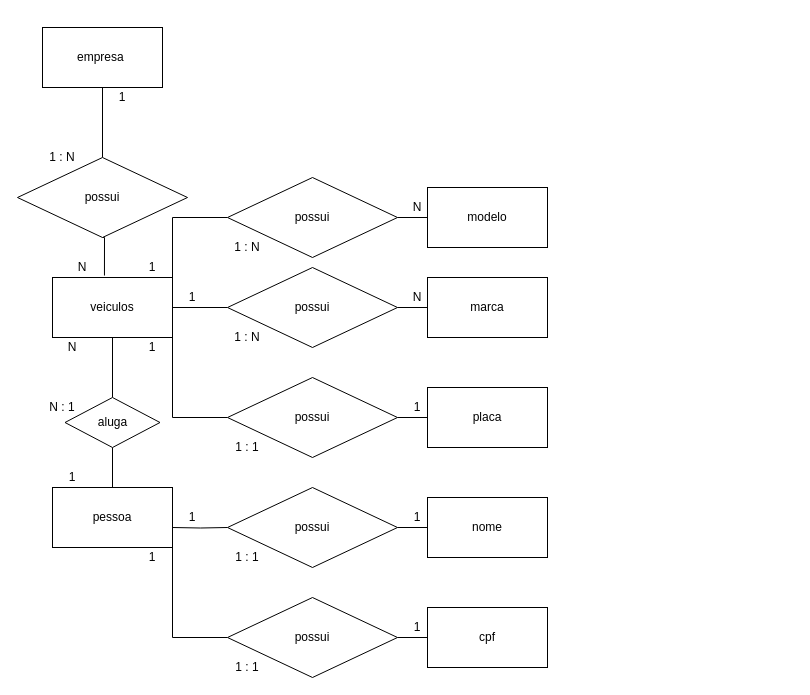
This is 1.2-exercicio-locadora/1.2-exercicio-locadora.drawio from Ricardo-rtc/senai_sprint1_bd, a draw.io file, before an edit. Source tidied: cells renumbered, new cells numbered last; positions are measured from the earlier drawing's top-left corner, leaving out a move shared by most shapes. Both pictures are drawn from the tidied source at 100%, with x=0, y=0 at pixel (17, 27).
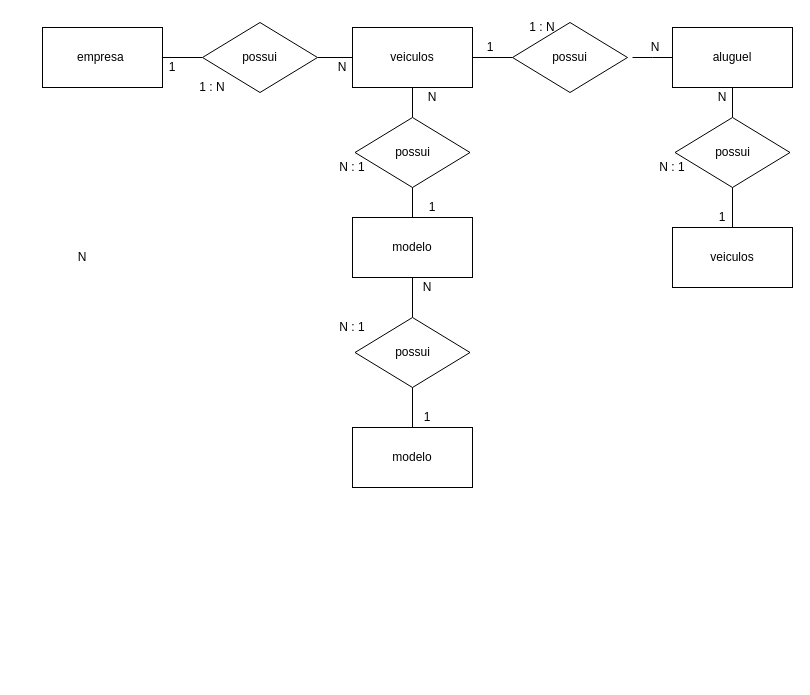
The same page after the edit.

The change refers to these unchanged cells:
```xml
<mxCell id="3" value="empresa&amp;nbsp;" style="rounded=0;whiteSpace=wrap;html=1;" parent="1" vertex="1">
  <mxGeometry x="25" width="120" height="60" as="geometry" />
</mxCell>
```

The edit, as a diff of the source:
```diff
@@
-    <mxCell id="2" style="edgeStyle=orthogonalEdgeStyle;rounded=0;jettySize=auto;html=1;exitX=0.5;exitY=1;exitDx=0;exitDy=0;entryX=0.5;entryY=0;entryDx=0;entryDy=0;endArrow=none;endFill=0;" parent="1" edge="1" source="3" target="5">
+    <mxCell id="2" style="edgeStyle=orthogonalEdgeStyle;rounded=0;jettySize=auto;html=1;exitX=1;exitY=0.5;exitDx=0;exitDy=0;entryX=0;entryY=0.5;entryDx=0;entryDy=0;endArrow=none;endFill=0;" parent="1" edge="1" source="3" target="5">
       <mxGeometry relative="1" as="geometry" />
     </mxCell>
@@
-    <mxCell id="4" style="edgeStyle=orthogonalEdgeStyle;rounded=0;jettySize=auto;html=1;exitX=0.5;exitY=1;exitDx=0;exitDy=0;entryX=0.433;entryY=-0.033;entryDx=0;entryDy=0;endArrow=none;endFill=0;entryPerimeter=0;" parent="1" edge="1" source="5" target="9">
+    <mxCell id="4" style="edgeStyle=orthogonalEdgeStyle;rounded=0;jettySize=auto;html=1;entryX=0;entryY=0.5;entryDx=0;entryDy=0;endArrow=none;endFill=0;exitX=1;exitY=0.5;exitDx=0;exitDy=0;" parent="1" edge="1" source="5" target="9">
       <mxGeometry relative="1" as="geometry" />
     </mxCell>
     <mxCell id="5" value="possui" style="rhombus;whiteSpace=wrap;html=1;" parent="1" vertex="1">
-      <mxGeometry y="130" width="170" height="80" as="geometry" />
+      <mxGeometry x="185" y="-5" width="115" height="70" as="geometry" />
     </mxCell>
-    <mxCell id="6" style="edgeStyle=orthogonalEdgeStyle;rounded=0;jettySize=auto;html=1;entryX=0;entryY=0.5;entryDx=0;entryDy=0;endArrow=none;endFill=0;" parent="1" edge="1" source="9" target="12">
-      <mxGeometry relative="1" as="geometry" />
-    </mxCell>
-    <mxCell id="7" style="edgeStyle=orthogonalEdgeStyle;rounded=0;jettySize=auto;html=1;exitX=1;exitY=0;exitDx=0;exitDy=0;entryX=0;entryY=0.5;entryDx=0;entryDy=0;endArrow=none;endFill=0;" parent="1" edge="1" source="9" target="19">
-      <mxGeometry relative="1" as="geometry" />
-    </mxCell>
-    <mxCell id="8" style="edgeStyle=orthogonalEdgeStyle;rounded=0;jettySize=auto;html=1;entryX=0.5;entryY=0;entryDx=0;entryDy=0;endArrow=none;endFill=0;" parent="1" edge="1" source="9" target="47">
-      <mxGeometry relative="1" as="geometry" />
-    </mxCell>
     <mxCell id="9" value="veiculos" style="rounded=0;whiteSpace=wrap;html=1;" parent="1" vertex="1">
-      <mxGeometry x="35" y="250" width="120" height="60" as="geometry" />
+      <mxGeometry x="335" width="120" height="60" as="geometry" />
     </mxCell>
     <mxCell id="10" value="1" style="text;html=1;strokeColor=none;fillColor=none;align=center;verticalAlign=middle;whiteSpace=wrap;rounded=0;" parent="1" vertex="1">
-      <mxGeometry x="85" y="60" width="40" height="20" as="geometry" />
+      <mxGeometry x="135" y="30" width="40" height="20" as="geometry" />
     </mxCell>
     <mxCell id="11" value="N" style="text;html=1;strokeColor=none;fillColor=none;align=center;verticalAlign=middle;whiteSpace=wrap;rounded=0;" parent="1" vertex="1">
-      <mxGeometry x="45" y="230" width="40" height="20" as="geometry" />
+      <mxGeometry x="45" y="220" width="40" height="20" as="geometry" />
     </mxCell>
-    <mxCell id="12" value="possui" style="rhombus;whiteSpace=wrap;html=1;" parent="1" vertex="1">
-      <mxGeometry x="210" y="240" width="170" height="80" as="geometry" />
-    </mxCell>
-    <mxCell id="13" value="1" style="text;html=1;strokeColor=none;fillColor=none;align=center;verticalAlign=middle;whiteSpace=wrap;rounded=0;" parent="1" vertex="1">
-      <mxGeometry x="155" y="260" width="40" height="20" as="geometry" />
-    </mxCell>
-    <mxCell id="14" style="edgeStyle=orthogonalEdgeStyle;rounded=0;jettySize=auto;html=1;entryX=1;entryY=0.5;entryDx=0;entryDy=0;endArrow=none;endFill=0;" parent="1" edge="1" source="15" target="12">
-      <mxGeometry relative="1" as="geometry" />
-    </mxCell>
-    <mxCell id="15" value="marca" style="rounded=0;whiteSpace=wrap;html=1;" parent="1" vertex="1">
-      <mxGeometry x="410" y="250" width="120" height="60" as="geometry" />
-    </mxCell>
-    <mxCell id="16" value="N" style="text;html=1;strokeColor=none;fillColor=none;align=center;verticalAlign=middle;whiteSpace=wrap;rounded=0;" parent="1" vertex="1">
-      <mxGeometry x="380" y="260" width="40" height="20" as="geometry" />
-    </mxCell>
     <mxCell id="17" value="1 : N" style="text;html=1;strokeColor=none;fillColor=none;align=center;verticalAlign=middle;whiteSpace=wrap;rounded=0;" parent="1" vertex="1">
-      <mxGeometry x="25" y="120" width="40" height="20" as="geometry" />
+      <mxGeometry x="175" y="50" width="40" height="20" as="geometry" />
     </mxCell>
-    <mxCell id="18" value="1 : N" style="text;html=1;strokeColor=none;fillColor=none;align=center;verticalAlign=middle;whiteSpace=wrap;rounded=0;" parent="1" vertex="1">
-      <mxGeometry x="210" y="300" width="40" height="20" as="geometry" />
-    </mxCell>
-    <mxCell id="19" value="possui" style="rhombus;whiteSpace=wrap;html=1;" parent="1" vertex="1">
-      <mxGeometry x="210" y="150" width="170" height="80" as="geometry" />
-    </mxCell>
-    <mxCell id="20" value="1" style="text;html=1;strokeColor=none;fillColor=none;align=center;verticalAlign=middle;whiteSpace=wrap;rounded=0;" parent="1" vertex="1">
-      <mxGeometry x="115" y="230" width="40" height="20" as="geometry" />
-    </mxCell>
-    <mxCell id="21" style="edgeStyle=orthogonalEdgeStyle;rounded=0;jettySize=auto;html=1;entryX=1;entryY=0.5;entryDx=0;entryDy=0;endArrow=none;endFill=0;" parent="1" edge="1" source="22" target="19">
-      <mxGeometry relative="1" as="geometry" />
-    </mxCell>
-    <mxCell id="22" value="modelo" style="rounded=0;whiteSpace=wrap;html=1;" parent="1" vertex="1">
-      <mxGeometry x="410" y="160" width="120" height="60" as="geometry" />
-    </mxCell>
     <mxCell id="23" value="N" style="text;html=1;strokeColor=none;fillColor=none;align=center;verticalAlign=middle;whiteSpace=wrap;rounded=0;" parent="1" vertex="1">
-      <mxGeometry x="380" y="170" width="40" height="20" as="geometry" />
+      <mxGeometry x="305" y="30" width="40" height="20" as="geometry" />
     </mxCell>
-    <mxCell id="24" value="1 : N" style="text;html=1;strokeColor=none;fillColor=none;align=center;verticalAlign=middle;whiteSpace=wrap;rounded=0;" parent="1" vertex="1">
-      <mxGeometry x="210" y="210" width="40" height="20" as="geometry" />
-    </mxCell>
-    <mxCell id="25" style="edgeStyle=orthogonalEdgeStyle;rounded=0;jettySize=auto;html=1;entryX=1;entryY=1;entryDx=0;entryDy=0;endArrow=none;endFill=0;" parent="1" edge="1" source="26" target="9">
-      <mxGeometry relative="1" as="geometry" />
-    </mxCell>
-    <mxCell id="26" value="possui" style="rhombus;whiteSpace=wrap;html=1;" parent="1" vertex="1">
-      <mxGeometry x="210" y="350" width="170" height="80" as="geometry" />
-    </mxCell>
-    <mxCell id="27" style="edgeStyle=orthogonalEdgeStyle;rounded=0;jettySize=auto;html=1;entryX=1;entryY=0.5;entryDx=0;entryDy=0;endArrow=none;endFill=0;" parent="1" edge="1" source="28" target="26">
-      <mxGeometry relative="1" as="geometry" />
-    </mxCell>
-    <mxCell id="28" value="placa" style="rounded=0;whiteSpace=wrap;html=1;" parent="1" vertex="1">
-      <mxGeometry x="410" y="360" width="120" height="60" as="geometry" />
-    </mxCell>
-    <mxCell id="29" value="1" style="text;html=1;strokeColor=none;fillColor=none;align=center;verticalAlign=middle;whiteSpace=wrap;rounded=0;" parent="1" vertex="1">
-      <mxGeometry x="380" y="370" width="40" height="20" as="geometry" />
-    </mxCell>
-    <mxCell id="30" value="1 : 1" style="text;html=1;strokeColor=none;fillColor=none;align=center;verticalAlign=middle;whiteSpace=wrap;rounded=0;" parent="1" vertex="1">
-      <mxGeometry x="210" y="410" width="40" height="20" as="geometry" />
-    </mxCell>
-    <mxCell id="31" value="1" style="text;html=1;strokeColor=none;fillColor=none;align=center;verticalAlign=middle;whiteSpace=wrap;rounded=0;" parent="1" vertex="1">
-      <mxGeometry x="115" y="310" width="40" height="20" as="geometry" />
-    </mxCell>
-    <mxCell id="32" value="pessoa" style="rounded=0;whiteSpace=wrap;html=1;" parent="1" vertex="1">
-      <mxGeometry x="35" y="460" width="120" height="60" as="geometry" />
-    </mxCell>
-    <mxCell id="33" style="edgeStyle=orthogonalEdgeStyle;rounded=0;jettySize=auto;html=1;entryX=0;entryY=0.5;entryDx=0;entryDy=0;endArrow=none;endFill=0;" parent="1" edge="1" target="34">
-      <mxGeometry relative="1" as="geometry">
-        <mxPoint x="155" y="500" as="sourcePoint" />
-      </mxGeometry>
-    </mxCell>
-    <mxCell id="34" value="possui" style="rhombus;whiteSpace=wrap;html=1;" parent="1" vertex="1">
-      <mxGeometry x="210" y="460" width="170" height="80" as="geometry" />
-    </mxCell>
-    <mxCell id="35" value="1" style="text;html=1;strokeColor=none;fillColor=none;align=center;verticalAlign=middle;whiteSpace=wrap;rounded=0;" parent="1" vertex="1">
-      <mxGeometry x="35" y="440" width="40" height="20" as="geometry" />
-    </mxCell>
-    <mxCell id="36" style="edgeStyle=orthogonalEdgeStyle;rounded=0;jettySize=auto;html=1;entryX=1;entryY=0.5;entryDx=0;entryDy=0;endArrow=none;endFill=0;" parent="1" edge="1" source="37" target="34">
-      <mxGeometry relative="1" as="geometry" />
-    </mxCell>
-    <mxCell id="37" value="nome" style="rounded=0;whiteSpace=wrap;html=1;" parent="1" vertex="1">
-      <mxGeometry x="410" y="470" width="120" height="60" as="geometry" />
-    </mxCell>
-    <mxCell id="38" value="1" style="text;html=1;strokeColor=none;fillColor=none;align=center;verticalAlign=middle;whiteSpace=wrap;rounded=0;" parent="1" vertex="1">
-      <mxGeometry x="155" y="480" width="40" height="20" as="geometry" />
-    </mxCell>
-    <mxCell id="39" value="1 : 1" style="text;html=1;strokeColor=none;fillColor=none;align=center;verticalAlign=middle;whiteSpace=wrap;rounded=0;" parent="1" vertex="1">
-      <mxGeometry x="210" y="520" width="40" height="20" as="geometry" />
-    </mxCell>
-    <mxCell id="40" style="edgeStyle=orthogonalEdgeStyle;rounded=0;jettySize=auto;html=1;entryX=1;entryY=1;entryDx=0;entryDy=0;endArrow=none;endFill=0;" parent="1" edge="1" source="41" target="32">
-      <mxGeometry relative="1" as="geometry" />
-    </mxCell>
-    <mxCell id="41" value="possui" style="rhombus;whiteSpace=wrap;html=1;" parent="1" vertex="1">
-      <mxGeometry x="210" y="570" width="170" height="80" as="geometry" />
-    </mxCell>
-    <mxCell id="42" style="edgeStyle=orthogonalEdgeStyle;rounded=0;jettySize=auto;html=1;entryX=1;entryY=0.5;entryDx=0;entryDy=0;endArrow=none;endFill=0;" parent="1" edge="1" source="43" target="41">
-      <mxGeometry relative="1" as="geometry" />
-    </mxCell>
-    <mxCell id="43" value="cpf" style="rounded=0;whiteSpace=wrap;html=1;" parent="1" vertex="1">
-      <mxGeometry x="410" y="580" width="120" height="60" as="geometry" />
-    </mxCell>
-    <mxCell id="44" value="1" style="text;html=1;strokeColor=none;fillColor=none;align=center;verticalAlign=middle;whiteSpace=wrap;rounded=0;" parent="1" vertex="1">
-      <mxGeometry x="380" y="590" width="40" height="20" as="geometry" />
-    </mxCell>
-    <mxCell id="45" value="1 : 1" style="text;html=1;strokeColor=none;fillColor=none;align=center;verticalAlign=middle;whiteSpace=wrap;rounded=0;" parent="1" vertex="1">
-      <mxGeometry x="210" y="630" width="40" height="20" as="geometry" />
-    </mxCell>
-    <mxCell id="46" style="edgeStyle=orthogonalEdgeStyle;rounded=0;jettySize=auto;html=1;endArrow=none;endFill=0;" parent="1" edge="1" source="47" target="32">
-      <mxGeometry relative="1" as="geometry" />
-    </mxCell>
-    <mxCell id="47" value="aluga" style="rhombus;whiteSpace=wrap;html=1;" parent="1" vertex="1">
-      <mxGeometry x="47.5" y="370" width="95" height="50" as="geometry" />
-    </mxCell>
-    <mxCell id="48" value="N : 1" style="text;html=1;strokeColor=none;fillColor=none;align=center;verticalAlign=middle;whiteSpace=wrap;rounded=0;" parent="1" vertex="1">
-      <mxGeometry x="25" y="370" width="40" height="20" as="geometry" />
-    </mxCell>
-    <mxCell id="49" value="N" style="text;html=1;strokeColor=none;fillColor=none;align=center;verticalAlign=middle;whiteSpace=wrap;rounded=0;" parent="1" vertex="1">
-      <mxGeometry x="35" y="310" width="40" height="20" as="geometry" />
-    </mxCell>
-    <mxCell id="50" value="1" style="text;html=1;strokeColor=none;fillColor=none;align=center;verticalAlign=middle;whiteSpace=wrap;rounded=0;" parent="1" vertex="1">
-      <mxGeometry x="380" y="480" width="40" height="20" as="geometry" />
-    </mxCell>
-    <mxCell id="51" value="1" style="text;html=1;strokeColor=none;fillColor=none;align=center;verticalAlign=middle;whiteSpace=wrap;rounded=0;" parent="1" vertex="1">
-      <mxGeometry x="115" y="520" width="40" height="20" as="geometry" />
-    </mxCell>
+    <mxCell id="52" style="edgeStyle=orthogonalEdgeStyle;rounded=0;jettySize=auto;html=1;entryX=0.5;entryY=1;entryDx=0;entryDy=0;endArrow=none;endFill=0;" parent="1" edge="1" source="53" target="9">
+      <mxGeometry relative="1" as="geometry" />
+    </mxCell>
+    <mxCell id="53" value="possui" style="rhombus;whiteSpace=wrap;html=1;" parent="1" vertex="1">
+      <mxGeometry x="337.5" y="90" width="115" height="70" as="geometry" />
+    </mxCell>
+    <mxCell id="54" style="edgeStyle=orthogonalEdgeStyle;rounded=0;jettySize=auto;html=1;endArrow=none;endFill=0;" parent="1" edge="1" source="55" target="53">
+      <mxGeometry relative="1" as="geometry" />
+    </mxCell>
+    <mxCell id="55" value="modelo" style="rounded=0;whiteSpace=wrap;html=1;" parent="1" vertex="1">
+      <mxGeometry x="335" y="190" width="120" height="60" as="geometry" />
+    </mxCell>
+    <mxCell id="56" style="edgeStyle=orthogonalEdgeStyle;rounded=0;jettySize=auto;html=1;entryX=0.5;entryY=1;entryDx=0;entryDy=0;endArrow=none;endFill=0;" parent="1" edge="1" source="57" target="55">
+      <mxGeometry relative="1" as="geometry" />
+    </mxCell>
+    <mxCell id="57" value="possui" style="rhombus;whiteSpace=wrap;html=1;" parent="1" vertex="1">
+      <mxGeometry x="337.5" y="290" width="115" height="70" as="geometry" />
+    </mxCell>
+    <mxCell id="58" style="edgeStyle=orthogonalEdgeStyle;rounded=0;jettySize=auto;html=1;entryX=0.5;entryY=1;entryDx=0;entryDy=0;endArrow=none;endFill=0;" parent="1" edge="1" source="59" target="57">
+      <mxGeometry relative="1" as="geometry" />
+    </mxCell>
+    <mxCell id="59" value="modelo" style="rounded=0;whiteSpace=wrap;html=1;" parent="1" vertex="1">
+      <mxGeometry x="335" y="400" width="120" height="60" as="geometry" />
+    </mxCell>
+    <mxCell id="60" style="edgeStyle=orthogonalEdgeStyle;rounded=0;jettySize=auto;html=1;entryX=1;entryY=0.5;entryDx=0;entryDy=0;endArrow=none;endFill=0;" parent="1" edge="1" source="61" target="9">
+      <mxGeometry relative="1" as="geometry" />
+    </mxCell>
+    <mxCell id="61" value="possui" style="rhombus;whiteSpace=wrap;html=1;" parent="1" vertex="1">
+      <mxGeometry x="495" y="-5" width="115" height="70" as="geometry" />
+    </mxCell>
+    <mxCell id="62" style="edgeStyle=orthogonalEdgeStyle;rounded=0;jettySize=auto;html=1;endArrow=none;endFill=0;" parent="1" edge="1" source="63">
+      <mxGeometry relative="1" as="geometry">
+        <mxPoint x="615" y="30" as="targetPoint" />
+      </mxGeometry>
+    </mxCell>
+    <mxCell id="63" value="aluguel" style="rounded=0;whiteSpace=wrap;html=1;" parent="1" vertex="1">
+      <mxGeometry x="655" width="120" height="60" as="geometry" />
+    </mxCell>
+    <mxCell id="64" style="edgeStyle=orthogonalEdgeStyle;rounded=0;jettySize=auto;html=1;entryX=0.5;entryY=1;entryDx=0;entryDy=0;endArrow=none;endFill=0;" parent="1" edge="1" source="65" target="63">
+      <mxGeometry relative="1" as="geometry" />
+    </mxCell>
+    <mxCell id="65" value="possui" style="rhombus;whiteSpace=wrap;html=1;" parent="1" vertex="1">
+      <mxGeometry x="657.5" y="90" width="115" height="70" as="geometry" />
+    </mxCell>
+    <mxCell id="66" style="edgeStyle=orthogonalEdgeStyle;rounded=0;jettySize=auto;html=1;entryX=0.5;entryY=1;entryDx=0;entryDy=0;endArrow=none;endFill=0;" parent="1" edge="1" source="67" target="65">
+      <mxGeometry relative="1" as="geometry" />
+    </mxCell>
+    <mxCell id="67" value="veiculos" style="rounded=0;whiteSpace=wrap;html=1;" parent="1" vertex="1">
+      <mxGeometry x="655" y="200" width="120" height="60" as="geometry" />
+    </mxCell>
+    <mxCell id="68" value="1" style="text;html=1;strokeColor=none;fillColor=none;align=center;verticalAlign=middle;whiteSpace=wrap;rounded=0;" parent="1" vertex="1">
+      <mxGeometry x="452.5" y="10" width="40" height="20" as="geometry" />
+    </mxCell>
+    <mxCell id="69" value="N" style="text;html=1;strokeColor=none;fillColor=none;align=center;verticalAlign=middle;whiteSpace=wrap;rounded=0;" parent="1" vertex="1">
+      <mxGeometry x="617.5" y="10" width="40" height="20" as="geometry" />
+    </mxCell>
+    <mxCell id="70" value="1 : N" style="text;html=1;strokeColor=none;fillColor=none;align=center;verticalAlign=middle;whiteSpace=wrap;rounded=0;" parent="1" vertex="1">
+      <mxGeometry x="505" y="-10" width="40" height="20" as="geometry" />
+    </mxCell>
+    <mxCell id="71" value="N" style="text;html=1;strokeColor=none;fillColor=none;align=center;verticalAlign=middle;whiteSpace=wrap;rounded=0;" parent="1" vertex="1">
+      <mxGeometry x="395" y="60" width="40" height="20" as="geometry" />
+    </mxCell>
+    <mxCell id="72" value="N" style="text;html=1;strokeColor=none;fillColor=none;align=center;verticalAlign=middle;whiteSpace=wrap;rounded=0;" parent="1" vertex="1">
+      <mxGeometry x="685" y="60" width="40" height="20" as="geometry" />
+    </mxCell>
+    <mxCell id="73" value="N : 1" style="text;html=1;strokeColor=none;fillColor=none;align=center;verticalAlign=middle;whiteSpace=wrap;rounded=0;" parent="1" vertex="1">
+      <mxGeometry x="635" y="130" width="40" height="20" as="geometry" />
+    </mxCell>
+    <mxCell id="74" value="1" style="text;html=1;strokeColor=none;fillColor=none;align=center;verticalAlign=middle;whiteSpace=wrap;rounded=0;" parent="1" vertex="1">
+      <mxGeometry x="685" y="180" width="40" height="20" as="geometry" />
+    </mxCell>
+    <mxCell id="75" value="N : 1" style="text;html=1;strokeColor=none;fillColor=none;align=center;verticalAlign=middle;whiteSpace=wrap;rounded=0;" parent="1" vertex="1">
+      <mxGeometry x="315" y="130" width="40" height="20" as="geometry" />
+    </mxCell>
+    <mxCell id="76" value="1" style="text;html=1;strokeColor=none;fillColor=none;align=center;verticalAlign=middle;whiteSpace=wrap;rounded=0;" parent="1" vertex="1">
+      <mxGeometry x="395" y="170" width="40" height="20" as="geometry" />
+    </mxCell>
+    <mxCell id="77" value="N" style="text;html=1;strokeColor=none;fillColor=none;align=center;verticalAlign=middle;whiteSpace=wrap;rounded=0;" parent="1" vertex="1">
+      <mxGeometry x="390" y="250" width="40" height="20" as="geometry" />
+    </mxCell>
+    <mxCell id="78" value="1" style="text;html=1;strokeColor=none;fillColor=none;align=center;verticalAlign=middle;whiteSpace=wrap;rounded=0;" parent="1" vertex="1">
+      <mxGeometry x="390" y="380" width="40" height="20" as="geometry" />
+    </mxCell>
+    <mxCell id="79" value="N : 1" style="text;html=1;strokeColor=none;fillColor=none;align=center;verticalAlign=middle;whiteSpace=wrap;rounded=0;" parent="1" vertex="1">
+      <mxGeometry x="315" y="290" width="40" height="20" as="geometry" />
+    </mxCell>
```
